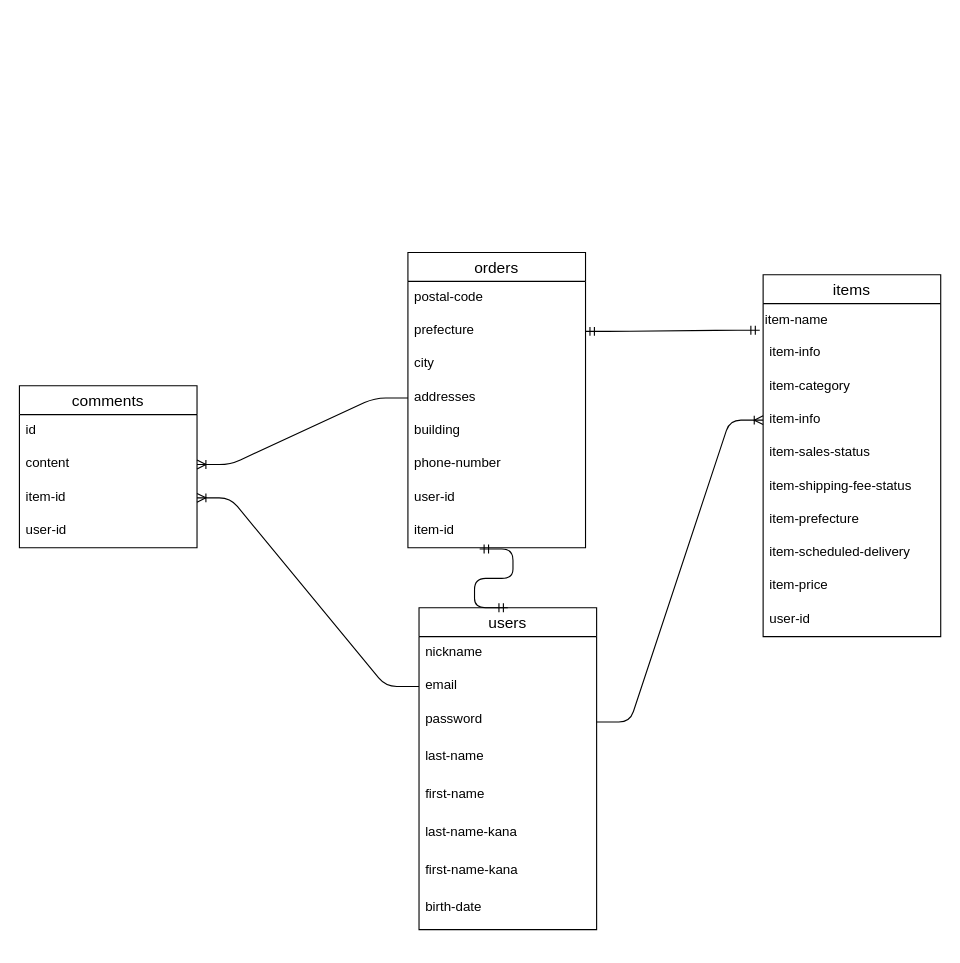
This is ER.dio from nguyenhiepvn/furima-sekisho-tomodati, a draw.io file, before an edit. Source tidied: cells renumbered, new cells numbered last; positions are measured from the earlier drawing's top-left corner, leaving out a move shared by most shapes. Both pictures are drawn from the tidied source at 111%, with x=0, y=0 at pixel (19, 252).
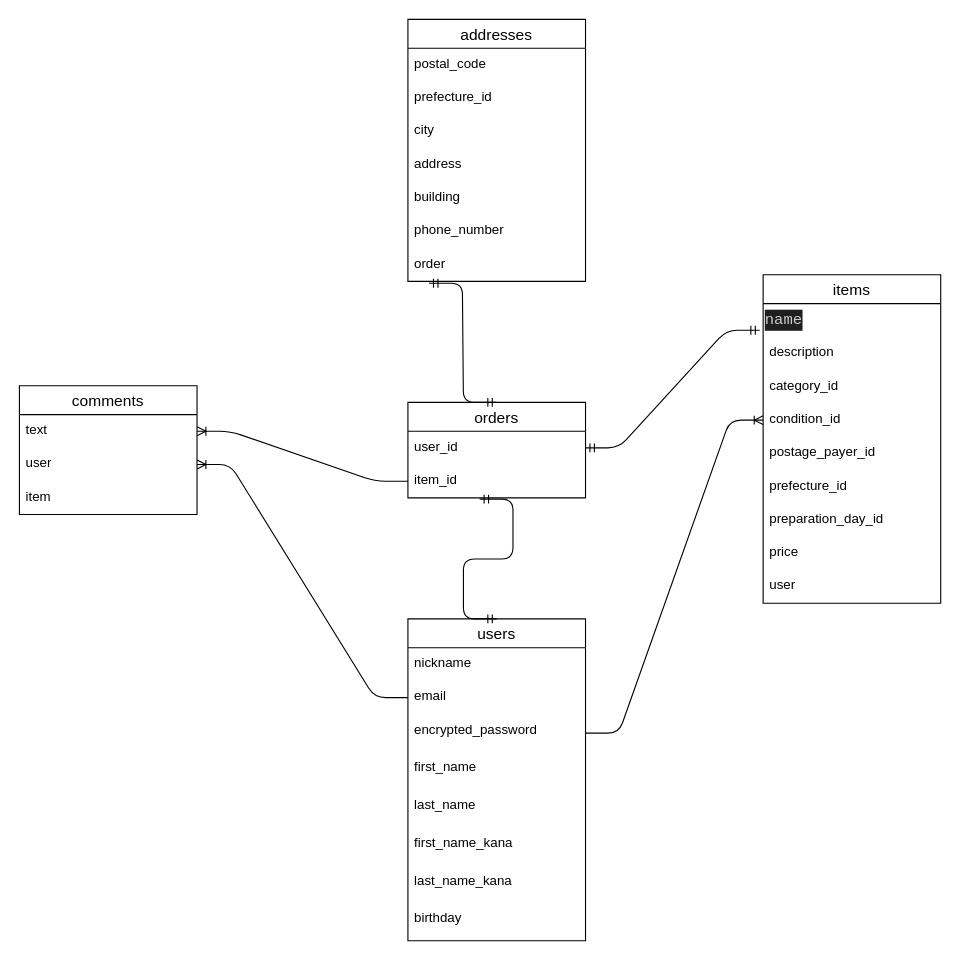
The same page after the edit.

Commit message:
データベース設計-3回目

Diff of the diagram source:
```diff
@@
     <mxCell id="2" value="users" style="swimlane;fontStyle=0;horizontal=1;startSize=26;align=center;fontSize=14;" parent="1" vertex="1">
-      <mxGeometry x="360" y="320" width="160" height="290" as="geometry" />
+      <mxGeometry x="350" y="330" width="160" height="290" as="geometry" />
     </mxCell>
@@
-    <mxCell id="5" value="password" style="text;strokeColor=none;fillColor=none;spacingLeft=4;spacingRight=4;overflow=hidden;points=[[0,0.5],[1,0.5]];portConstraint=eastwest;fontSize=12;" parent="2" vertex="1">
+    <mxCell id="5" value="encrypted_password" style="text;strokeColor=none;fillColor=none;spacingLeft=4;spacingRight=4;overflow=hidden;points=[[0,0.5],[1,0.5]];portConstraint=eastwest;fontSize=12;" parent="2" vertex="1">
       <mxGeometry y="86" width="160" height="34" as="geometry" />
     </mxCell>
-    <mxCell id="6" value="last-name " style="text;strokeColor=none;fillColor=none;spacingLeft=4;spacingRight=4;overflow=hidden;fontSize=12;" parent="2" vertex="1">
+    <mxCell id="6" value="first_name" style="text;strokeColor=none;fillColor=none;spacingLeft=4;spacingRight=4;overflow=hidden;fontSize=12;" parent="2" vertex="1">
       <mxGeometry y="120" width="160" height="34" as="geometry" />
     </mxCell>
-    <mxCell id="7" value="first-name" style="text;strokeColor=none;fillColor=none;spacingLeft=4;spacingRight=4;overflow=hidden;fontSize=12;" parent="2" vertex="1">
+    <mxCell id="7" value="last_name" style="text;strokeColor=none;fillColor=none;spacingLeft=4;spacingRight=4;overflow=hidden;fontSize=12;" parent="2" vertex="1">
       <mxGeometry y="154" width="160" height="34" as="geometry" />
     </mxCell>
-    <mxCell id="8" value="last-name-kana" style="text;strokeColor=none;fillColor=none;spacingLeft=4;spacingRight=4;overflow=hidden;fontSize=12;" parent="2" vertex="1">
+    <mxCell id="8" value="first_name_kana" style="text;strokeColor=none;fillColor=none;spacingLeft=4;spacingRight=4;overflow=hidden;fontSize=12;" parent="2" vertex="1">
       <mxGeometry y="188" width="160" height="34" as="geometry" />
     </mxCell>
-    <mxCell id="9" value="first-name-kana" style="text;strokeColor=none;fillColor=none;spacingLeft=4;spacingRight=4;overflow=hidden;fontSize=12;" parent="2" vertex="1">
+    <mxCell id="9" value="last_name_kana" style="text;strokeColor=none;fillColor=none;spacingLeft=4;spacingRight=4;overflow=hidden;fontSize=12;" parent="2" vertex="1">
       <mxGeometry y="222" width="160" height="34" as="geometry" />
     </mxCell>
-    <mxCell id="10" value="birth-date" style="text;strokeColor=none;fillColor=none;spacingLeft=4;spacingRight=4;overflow=hidden;fontSize=12;" parent="2" vertex="1">
+    <mxCell id="10" value="birthday" style="text;strokeColor=none;fillColor=none;spacingLeft=4;spacingRight=4;overflow=hidden;fontSize=12;" parent="2" vertex="1">
       <mxGeometry y="256" width="160" height="34" as="geometry" />
     </mxCell>
     <mxCell id="11" value="orders" style="swimlane;fontStyle=0;horizontal=1;startSize=26;align=center;fontSize=14;" parent="1" vertex="1">
-      <mxGeometry x="350" width="160" height="266" as="geometry" />
+      <mxGeometry x="350" y="135" width="160" height="86" as="geometry" />
     </mxCell>
-    <mxCell id="12" value="postal-code" style="text;strokeColor=none;fillColor=none;spacingLeft=4;spacingRight=4;overflow=hidden;fontSize=12;" parent="11" vertex="1">
-      <mxGeometry y="26" width="160" height="30" as="geometry" />
-    </mxCell>
-    <mxCell id="13" value="prefecture" style="text;strokeColor=none;fillColor=none;spacingLeft=4;spacingRight=4;overflow=hidden;points=[[0,0.5],[1,0.5]];portConstraint=eastwest;fontSize=12;" parent="11" vertex="1">
-      <mxGeometry y="56" width="160" height="30" as="geometry" />
-    </mxCell>
-    <mxCell id="14" value="city" style="text;strokeColor=none;fillColor=none;spacingLeft=4;spacingRight=4;overflow=hidden;fontSize=12;" parent="11" vertex="1">
-      <mxGeometry y="86" width="160" height="30" as="geometry" />
-    </mxCell>
-    <mxCell id="15" value="addresses" style="text;strokeColor=none;fillColor=none;spacingLeft=4;spacingRight=4;overflow=hidden;points=[[0,0.5],[1,0.5]];portConstraint=eastwest;fontSize=12;" parent="11" vertex="1">
-      <mxGeometry y="116" width="160" height="30" as="geometry" />
-    </mxCell>
-    <mxCell id="16" value="building" style="text;strokeColor=none;fillColor=none;spacingLeft=4;spacingRight=4;overflow=hidden;fontSize=12;" parent="11" vertex="1">
-      <mxGeometry y="146" width="160" height="30" as="geometry" />
-    </mxCell>
-    <mxCell id="17" value="phone-number" style="text;strokeColor=none;fillColor=none;spacingLeft=4;spacingRight=4;overflow=hidden;fontSize=12;" parent="11" vertex="1">
-      <mxGeometry y="176" width="160" height="30" as="geometry" />
-    </mxCell>
-    <mxCell id="18" value="user-id" style="text;strokeColor=none;fillColor=none;spacingLeft=4;spacingRight=4;overflow=hidden;points=[[0,0.5],[1,0.5]];portConstraint=eastwest;fontSize=12;" parent="11" vertex="1">
-      <mxGeometry y="206" width="160" height="30" as="geometry" />
+    <mxCell id="18" value="user_id" style="text;strokeColor=none;fillColor=none;spacingLeft=4;spacingRight=4;overflow=hidden;points=[[0,0.5],[1,0.5]];portConstraint=eastwest;fontSize=12;" parent="11" vertex="1">
+      <mxGeometry y="26" width="160" height="30" as="geometry" />
     </mxCell>
-    <mxCell id="19" value="item-id" style="text;strokeColor=none;fillColor=none;spacingLeft=4;spacingRight=4;overflow=hidden;points=[[0,0.5],[1,0.5]];portConstraint=eastwest;fontSize=12;" parent="11" vertex="1">
-      <mxGeometry y="236" width="160" height="30" as="geometry" />
+    <mxCell id="19" value="item_id" style="text;strokeColor=none;fillColor=none;spacingLeft=4;spacingRight=4;overflow=hidden;points=[[0,0.5],[1,0.5]];portConstraint=eastwest;fontSize=12;" parent="11" vertex="1">
+      <mxGeometry y="56" width="160" height="30" as="geometry" />
     </mxCell>
     <mxCell id="20" value="comments" style="swimlane;fontStyle=0;horizontal=1;startSize=26;align=center;fontSize=14;" parent="1" vertex="1">
-      <mxGeometry y="120" width="160" height="146" as="geometry" />
+      <mxGeometry y="120" width="160" height="116" as="geometry" />
     </mxCell>
-    <mxCell id="21" value="id" style="text;strokeColor=none;fillColor=none;spacingLeft=4;spacingRight=4;overflow=hidden;fontSize=12;" parent="20" vertex="1">
-      <mxGeometry y="26" width="160" height="30" as="geometry" />
-    </mxCell>
-    <mxCell id="22" value="content" style="text;strokeColor=none;fillColor=none;spacingLeft=4;spacingRight=4;overflow=hidden;points=[[0,0.5],[1,0.5]];portConstraint=eastwest;fontSize=12;" parent="20" vertex="1">
-      <mxGeometry y="56" width="160" height="30" as="geometry" />
+    <mxCell id="22" value="text" style="text;strokeColor=none;fillColor=none;spacingLeft=4;spacingRight=4;overflow=hidden;points=[[0,0.5],[1,0.5]];portConstraint=eastwest;fontSize=12;" parent="20" vertex="1">
+      <mxGeometry y="26" width="160" height="30" as="geometry" />
     </mxCell>
-    <mxCell id="23" value="item-id" style="text;strokeColor=none;fillColor=none;spacingLeft=4;spacingRight=4;overflow=hidden;points=[[0,0.5],[1,0.5]];portConstraint=eastwest;fontSize=12;" parent="20" vertex="1">
-      <mxGeometry y="86" width="160" height="30" as="geometry" />
+    <mxCell id="23" value="user" style="text;strokeColor=none;fillColor=none;spacingLeft=4;spacingRight=4;overflow=hidden;points=[[0,0.5],[1,0.5]];portConstraint=eastwest;fontSize=12;" parent="20" vertex="1">
+      <mxGeometry y="56" width="160" height="30" as="geometry" />
     </mxCell>
-    <mxCell id="24" value="user-id" style="text;strokeColor=none;fillColor=none;spacingLeft=4;spacingRight=4;overflow=hidden;fontSize=12;" parent="20" vertex="1">
-      <mxGeometry y="116" width="160" height="30" as="geometry" />
+    <mxCell id="24" value="item" style="text;strokeColor=none;fillColor=none;spacingLeft=4;spacingRight=4;overflow=hidden;fontSize=12;" parent="20" vertex="1">
+      <mxGeometry y="86" width="160" height="30" as="geometry" />
     </mxCell>
     <mxCell id="25" value="items" style="swimlane;fontStyle=0;horizontal=1;startSize=26;align=center;fontSize=14;" parent="1" vertex="1">
-      <mxGeometry x="670" y="20" width="160" height="326" as="geometry" />
+      <mxGeometry x="670" y="20" width="160" height="296" as="geometry" />
     </mxCell>
-    <mxCell id="26" value="item-name" style="text;html=1;align=left;verticalAlign=middle;strokeColor=none;fillColor=none;" parent="25" vertex="1">
+    <mxCell id="26" value="&lt;div style=&quot;color: rgb(204, 204, 204); background-color: rgb(31, 31, 31); font-family: Consolas, &amp;quot;Courier New&amp;quot;, monospace; font-size: 14px; line-height: 19px;&quot;&gt;name&lt;/div&gt;" style="text;html=1;align=left;verticalAlign=middle;strokeColor=none;fillColor=none;" parent="25" vertex="1">
       <mxGeometry y="26" width="160" height="30" as="geometry" />
     </mxCell>
-    <mxCell id="27" value="item-info" style="text;strokeColor=none;fillColor=none;spacingLeft=4;spacingRight=4;overflow=hidden;points=[[0,0.5],[1,0.5]];portConstraint=eastwest;fontSize=12;" parent="25" vertex="1">
+    <mxCell id="27" value="description" style="text;strokeColor=none;fillColor=none;spacingLeft=4;spacingRight=4;overflow=hidden;points=[[0,0.5],[1,0.5]];portConstraint=eastwest;fontSize=12;" parent="25" vertex="1">
       <mxGeometry y="56" width="160" height="30" as="geometry" />
     </mxCell>
-    <mxCell id="28" value="item-category" style="text;strokeColor=none;fillColor=none;spacingLeft=4;spacingRight=4;overflow=hidden;fontSize=12;" parent="25" vertex="1">
+    <mxCell id="28" value="category_id" style="text;strokeColor=none;fillColor=none;spacingLeft=4;spacingRight=4;overflow=hidden;fontSize=12;" parent="25" vertex="1">
       <mxGeometry y="86" width="160" height="30" as="geometry" />
     </mxCell>
-    <mxCell id="29" value="item-info" style="text;strokeColor=none;fillColor=none;spacingLeft=4;spacingRight=4;overflow=hidden;points=[[0,0.5],[1,0.5]];portConstraint=eastwest;fontSize=12;" parent="25" vertex="1">
-      <mxGeometry y="116" width="160" height="30" as="geometry" />
-    </mxCell>
-    <mxCell id="30" value="item-sales-status" style="text;strokeColor=none;fillColor=none;spacingLeft=4;spacingRight=4;overflow=hidden;fontSize=12;" parent="25" vertex="1">
-      <mxGeometry y="146" width="160" height="30" as="geometry" />
+    <mxCell id="30" value="condition_id" style="text;strokeColor=none;fillColor=none;spacingLeft=4;spacingRight=4;overflow=hidden;fontSize=12;" parent="25" vertex="1">
+      <mxGeometry y="116" width="160" height="30" as="geometry" />
     </mxCell>
-    <mxCell id="31" value="item-shipping-fee-status" style="text;strokeColor=none;fillColor=none;spacingLeft=4;spacingRight=4;overflow=hidden;fontSize=12;" parent="25" vertex="1">
-      <mxGeometry y="176" width="160" height="30" as="geometry" />
+    <mxCell id="31" value="postage_payer_id" style="text;strokeColor=none;fillColor=none;spacingLeft=4;spacingRight=4;overflow=hidden;fontSize=12;" parent="25" vertex="1">
+      <mxGeometry y="146" width="160" height="30" as="geometry" />
     </mxCell>
-    <mxCell id="32" value="item-prefecture" style="text;strokeColor=none;fillColor=none;spacingLeft=4;spacingRight=4;overflow=hidden;fontSize=12;" parent="25" vertex="1">
-      <mxGeometry y="206" width="160" height="30" as="geometry" />
+    <mxCell id="32" value="prefecture_id" style="text;strokeColor=none;fillColor=none;spacingLeft=4;spacingRight=4;overflow=hidden;fontSize=12;" parent="25" vertex="1">
+      <mxGeometry y="176" width="160" height="30" as="geometry" />
     </mxCell>
-    <mxCell id="33" value="item-scheduled-delivery" style="text;strokeColor=none;fillColor=none;spacingLeft=4;spacingRight=4;overflow=hidden;fontSize=12;" parent="25" vertex="1">
-      <mxGeometry y="236" width="160" height="30" as="geometry" />
+    <mxCell id="33" value="preparation_day_id" style="text;strokeColor=none;fillColor=none;spacingLeft=4;spacingRight=4;overflow=hidden;fontSize=12;" parent="25" vertex="1">
+      <mxGeometry y="206" width="160" height="30" as="geometry" />
     </mxCell>
-    <mxCell id="34" value="item-price" style="text;strokeColor=none;fillColor=none;spacingLeft=4;spacingRight=4;overflow=hidden;fontSize=12;" parent="25" vertex="1">
-      <mxGeometry y="266" width="160" height="30" as="geometry" />
+    <mxCell id="34" value="price" style="text;strokeColor=none;fillColor=none;spacingLeft=4;spacingRight=4;overflow=hidden;fontSize=12;" parent="25" vertex="1">
+      <mxGeometry y="236" width="160" height="30" as="geometry" />
     </mxCell>
-    <mxCell id="35" value="user-id" style="text;strokeColor=none;fillColor=none;spacingLeft=4;spacingRight=4;overflow=hidden;fontSize=12;" parent="25" vertex="1">
-      <mxGeometry y="296" width="160" height="30" as="geometry" />
-    </mxCell>
+    <mxCell id="41" value="user" style="text;strokeColor=none;fillColor=none;spacingLeft=4;spacingRight=4;overflow=hidden;fontSize=12;" parent="25" vertex="1">
+      <mxGeometry y="266" width="160" height="30" as="geometry" />
+    </mxCell>
-    <mxCell id="36" style="edgeStyle=entityRelationEdgeStyle;fontSize=12;html=1;endArrow=ERoneToMany;" parent="1" edge="1" source="5" target="29">
-      <mxGeometry relative="1" as="geometry" />
+    <mxCell id="36" style="edgeStyle=entityRelationEdgeStyle;fontSize=12;html=1;endArrow=ERoneToMany;" parent="1" edge="1" source="5">
+      <mxGeometry relative="1" as="geometry">
+        <mxPoint x="670" y="151" as="targetPoint" />
+      </mxGeometry>
     </mxCell>
-    <mxCell id="37" style="edgeStyle=entityRelationEdgeStyle;fontSize=12;html=1;endArrow=ERoneToMany;entryX=1;entryY=0.5;entryDx=0;entryDy=0;exitX=0;exitY=0.5;exitDx=0;exitDy=0;" parent="1" edge="1" source="15" target="22">
+    <mxCell id="37" style="edgeStyle=entityRelationEdgeStyle;fontSize=12;html=1;endArrow=ERoneToMany;entryX=1;entryY=0.5;entryDx=0;entryDy=0;exitX=0;exitY=0.5;exitDx=0;exitDy=0;" parent="1" edge="1" source="19" target="22">
       <mxGeometry relative="1" as="geometry" />
     </mxCell>
@@
-    <mxCell id="39" style="edgeStyle=entityRelationEdgeStyle;fontSize=12;html=1;endArrow=ERmandOne;startArrow=ERmandOne;exitX=1;exitY=0.5;exitDx=0;exitDy=0;entryX=-0.019;entryY=-0.2;entryDx=0;entryDy=0;entryPerimeter=0;" parent="1" edge="1" source="13" target="27">
+    <mxCell id="39" style="edgeStyle=entityRelationEdgeStyle;fontSize=12;html=1;endArrow=ERmandOne;startArrow=ERmandOne;exitX=1;exitY=0.5;exitDx=0;exitDy=0;entryX=-0.019;entryY=-0.2;entryDx=0;entryDy=0;entryPerimeter=0;" parent="1" edge="1" source="18" target="27">
       <mxGeometry relative="1" as="geometry" />
     </mxCell>
@@
+    <mxCell id="15" value="addresses" style="swimlane;fontStyle=0;horizontal=1;startSize=26;align=center;fontSize=14;" parent="1" vertex="1">
+      <mxGeometry x="350" y="-210" width="160" height="236" as="geometry" />
+    </mxCell>
+    <mxCell id="42" value="postal_code" style="text;strokeColor=none;fillColor=none;spacingLeft=4;spacingRight=4;overflow=hidden;fontSize=12;" parent="15" vertex="1">
+      <mxGeometry y="26" width="160" height="30" as="geometry" />
+    </mxCell>
+    <mxCell id="43" value="prefecture_id" style="text;strokeColor=none;fillColor=none;spacingLeft=4;spacingRight=4;overflow=hidden;fontSize=12;" parent="15" vertex="1">
+      <mxGeometry y="56" width="160" height="30" as="geometry" />
+    </mxCell>
+    <mxCell id="14" value="city" style="text;strokeColor=none;fillColor=none;spacingLeft=4;spacingRight=4;overflow=hidden;fontSize=12;" parent="15" vertex="1">
+      <mxGeometry y="86" width="160" height="30" as="geometry" />
+    </mxCell>
+    <mxCell id="44" value="address" style="text;strokeColor=none;fillColor=none;spacingLeft=4;spacingRight=4;overflow=hidden;fontSize=12;" parent="15" vertex="1">
+      <mxGeometry y="116" width="160" height="30" as="geometry" />
+    </mxCell>
+    <mxCell id="16" value="building" style="text;strokeColor=none;fillColor=none;spacingLeft=4;spacingRight=4;overflow=hidden;fontSize=12;" parent="15" vertex="1">
+      <mxGeometry y="146" width="160" height="30" as="geometry" />
+    </mxCell>
+    <mxCell id="45" value="phone_number" style="text;strokeColor=none;fillColor=none;spacingLeft=4;spacingRight=4;overflow=hidden;fontSize=12;" parent="15" vertex="1">
+      <mxGeometry y="176" width="160" height="30" as="geometry" />
+    </mxCell>
+    <mxCell id="46" value="order" style="text;strokeColor=none;fillColor=none;spacingLeft=4;spacingRight=4;overflow=hidden;points=[[0,0.5],[1,0.5]];portConstraint=eastwest;fontSize=12;" parent="15" vertex="1">
+      <mxGeometry y="206" width="160" height="30" as="geometry" />
+    </mxCell>
+    <mxCell id="47" style="edgeStyle=none;html=1;exitX=0.5;exitY=0;exitDx=0;exitDy=0;entryX=0.5;entryY=0;entryDx=0;entryDy=0;" parent="1" edge="1" source="11" target="11">
+      <mxGeometry relative="1" as="geometry" />
+    </mxCell>
+    <mxCell id="48" style="edgeStyle=entityRelationEdgeStyle;fontSize=12;html=1;endArrow=ERmandOne;startArrow=ERmandOne;exitX=0.5;exitY=0;exitDx=0;exitDy=0;entryX=0.119;entryY=1.056;entryDx=0;entryDy=0;entryPerimeter=0;" parent="1" edge="1" source="11" target="46">
+      <mxGeometry relative="1" as="geometry" />
+    </mxCell>
```
